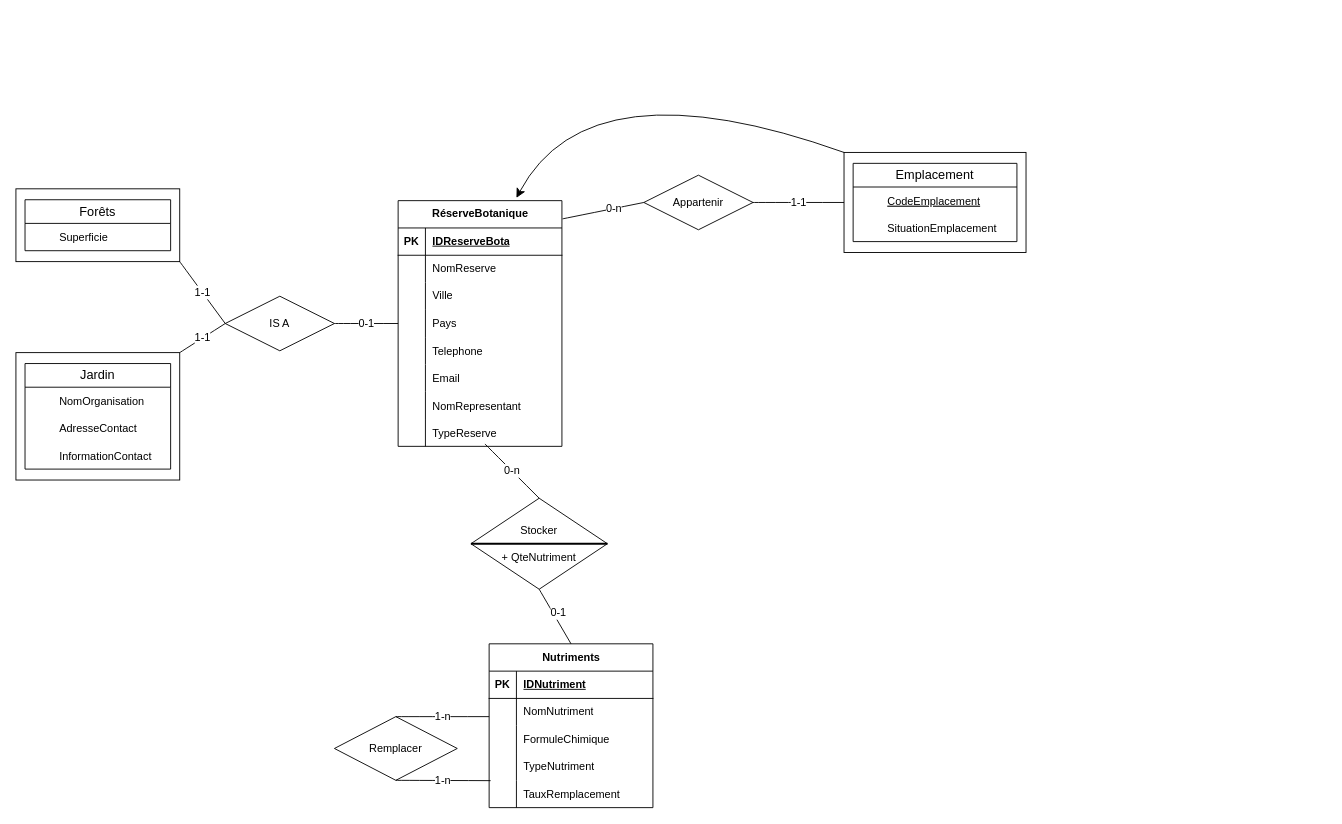
Earlier version of the draw.io diagram SAE3/test.drawio (korasrar/Work). Source tidied: cells renumbered, new cells numbered last; positions are measured from the earlier drawing's top-left corner, leaving out a move shared by most shapes. Both pictures are drawn from the tidied source at 91%, with x=0, y=0 at pixel (15, 61).
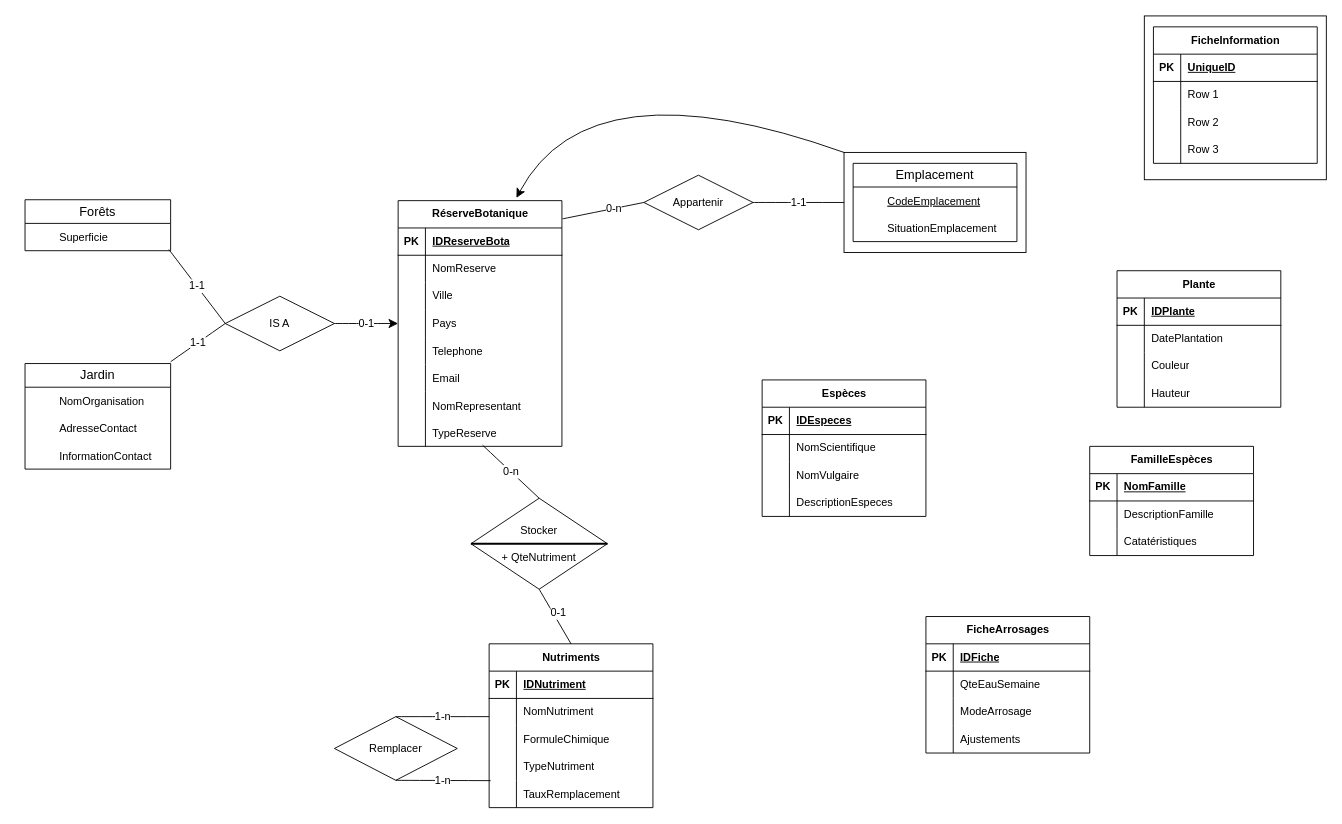
Above is the later version.

Unchanged cells that the change refers to:
```xml
<mxCell id="15" style="shape=tableRow;horizontal=0;startSize=0;swimlaneHead=0;swimlaneBody=0;fillColor=none;points=[[0,0.5],[1,0.5]];portConstraint=eastwest;top=0;left=0;right=0;bottom=0;" parent="5" vertex="1">
  <mxGeometry y="120" width="180" height="30" as="geometry" />
</mxCell>
<mxCell id="27" style="shape=tableRow;horizontal=0;startSize=0;swimlaneHead=0;swimlaneBody=0;fillColor=none;points=[[0,0.5],[1,0.5]];portConstraint=eastwest;top=0;left=0;right=0;bottom=0;" parent="5" vertex="1">
  <mxGeometry y="240" width="180" height="30" as="geometry" />
</mxCell>
<mxCell id="32" style="shape=tableRow;horizontal=0;startSize=0;swimlaneHead=0;swimlaneBody=0;fillColor=none;points=[[0,0.5],[1,0.5]];portConstraint=eastwest;top=0;left=0;right=0;bottom=0;" parent="31" vertex="1">
  <mxGeometry width="160" height="30" as="geometry" />
</mxCell>
<mxCell id="54" value="IS A" style="shape=rhombus;perimeter=rhombusPerimeter;whiteSpace=wrap;html=1;align=center;" parent="1" vertex="1">
  <mxGeometry x="230" y="258" width="120" height="60" as="geometry" />
</mxCell>
<mxCell id="77" value="&lt;div&gt;Stocker&lt;/div&gt;&lt;div&gt;&lt;br&gt;&lt;/div&gt;&lt;div&gt;+ QteNutriment&lt;/div&gt;" style="shape=rhombus;perimeter=rhombusPerimeter;whiteSpace=wrap;html=1;align=center;" parent="1" vertex="1">
  <mxGeometry x="500" y="480" width="150" height="100" as="geometry" />
</mxCell>
```

The edit, as a diff of the source:
```diff
@@
-    <mxCell id="2" style="rounded=0;whiteSpace=wrap;html=1;" parent="1" vertex="1">
-      <mxGeometry y="140" width="180" height="80" as="geometry" />
-    </mxCell>
+    <mxCell id="87" style="rounded=0;whiteSpace=wrap;html=1;" parent="1" vertex="1">
+      <mxGeometry x="1240" y="-50" width="200" height="180" as="geometry" />
+    </mxCell>
@@
-    <mxCell id="4" style="rounded=0;whiteSpace=wrap;html=1;" parent="1" vertex="1">
-      <mxGeometry y="320" width="180" height="140" as="geometry" />
-    </mxCell>
@@
-    <mxCell id="55" value="0-1" style="endArrow=none;html=1;rounded=0;fontSize=12;startSize=8;endSize=8;curved=1;entryX=0;entryY=0.5;entryDx=0;entryDy=0;exitX=1;exitY=0.5;exitDx=0;exitDy=0;" parent="1" edge="1" source="54" target="15">
-      <mxGeometry relative="1" as="geometry" />
-    </mxCell>
-    <mxCell id="56" value="1-1" style="endArrow=none;html=1;rounded=0;fontSize=12;startSize=8;endSize=8;curved=1;exitX=1;exitY=1;exitDx=0;exitDy=0;entryX=0;entryY=0.5;entryDx=0;entryDy=0;" parent="1" edge="1" source="2" target="54">
+    <mxCell id="56" value="1-1" style="endArrow=none;html=1;rounded=0;fontSize=12;startSize=8;endSize=8;curved=1;exitX=0.988;exitY=0.956;exitDx=0;exitDy=0;entryX=0;entryY=0.5;entryDx=0;entryDy=0;exitPerimeter=0;" parent="1" edge="1" source="32" target="54">
       <mxGeometry relative="1" as="geometry" />
     </mxCell>
-    <mxCell id="57" value="1-1" style="endArrow=none;html=1;rounded=0;fontSize=12;startSize=8;endSize=8;curved=1;exitX=1;exitY=0;exitDx=0;exitDy=0;entryX=0;entryY=0.5;entryDx=0;entryDy=0;" parent="1" edge="1" source="4" target="54">
-      <mxGeometry relative="1" as="geometry" />
+    <mxCell id="57" value="1-1" style="endArrow=none;html=1;rounded=0;fontSize=12;startSize=8;endSize=8;curved=1;entryX=0;entryY=0.5;entryDx=0;entryDy=0;" parent="1" edge="1" target="54">
+      <mxGeometry relative="1" as="geometry">
+        <mxPoint x="170" y="330" as="sourcePoint" />
+      </mxGeometry>
     </mxCell>
@@
-    <mxCell id="81" value="0-n" style="endArrow=none;html=1;rounded=0;fontSize=12;startSize=8;endSize=8;curved=1;entryX=0.5;entryY=0;entryDx=0;entryDy=0;exitX=0.53;exitY=0.912;exitDx=0;exitDy=0;exitPerimeter=0;" parent="1" edge="1" source="27" target="77">
+    <mxCell id="81" value="0-n" style="endArrow=none;html=1;rounded=0;fontSize=12;startSize=8;endSize=8;curved=1;entryX=0.5;entryY=0;entryDx=0;entryDy=0;exitX=0.516;exitY=0.958;exitDx=0;exitDy=0;exitPerimeter=0;" parent="1" edge="1" source="27" target="77">
       <mxGeometry relative="1" as="geometry" />
     </mxCell>
@@
+    <mxCell id="55" value="0-1" style="endArrow=classic;html=1;rounded=0;fontSize=12;startSize=8;endSize=8;curved=1;entryX=0;entryY=0.5;entryDx=0;entryDy=0;exitX=1;exitY=0.5;exitDx=0;exitDy=0;" parent="1" edge="1" source="54" target="15">
+      <mxGeometry relative="1" as="geometry" />
+    </mxCell>
+    <mxCell id="88" value="Espèces" style="shape=table;startSize=30;childLayout=tableLayout;rowLines=0;fontStyle=1;align=center;html=1;" parent="1" vertex="1">
+      <mxGeometry x="820" y="350" width="180" height="150" as="geometry" />
+    </mxCell>
+    <mxCell id="89" style="shape=tableRow;horizontal=0;startSize=0;swimlaneHead=0;swimlaneBody=0;fillColor=none;top=0;left=0;right=0;bottom=1;" parent="88" vertex="1">
+      <mxGeometry y="30" width="180" height="30" as="geometry" />
+    </mxCell>
+    <mxCell id="90" value="PK" style="shape=partialRectangle;fillColor=none;top=0;left=0;bottom=0;right=0;fontStyle=1;overflow=hidden;whiteSpace=wrap;html=1;" parent="89" vertex="1">
+      <mxGeometry width="30" height="30" as="geometry" />
+    </mxCell>
+    <mxCell id="91" value="IDEspeces" style="shape=partialRectangle;fillColor=none;top=0;left=0;bottom=0;right=0;align=left;spacingLeft=6;fontStyle=5;overflow=hidden;whiteSpace=wrap;html=1;" parent="89" vertex="1">
+      <mxGeometry x="30" width="150" height="30" as="geometry" />
+    </mxCell>
+    <mxCell id="92" style="shape=tableRow;horizontal=0;startSize=0;swimlaneHead=0;swimlaneBody=0;fillColor=none;top=0;left=0;right=0;bottom=0;" parent="88" vertex="1">
+      <mxGeometry y="60" width="180" height="30" as="geometry" />
+    </mxCell>
+    <mxCell id="93" style="shape=partialRectangle;fillColor=none;top=0;left=0;bottom=0;right=0;overflow=hidden;whiteSpace=wrap;html=1;" parent="92" vertex="1">
+      <mxGeometry width="30" height="30" as="geometry" />
+    </mxCell>
+    <mxCell id="94" value="NomScientifique" style="shape=partialRectangle;fillColor=none;top=0;left=0;bottom=0;right=0;align=left;spacingLeft=6;overflow=hidden;whiteSpace=wrap;html=1;" parent="92" vertex="1">
+      <mxGeometry x="30" width="150" height="30" as="geometry" />
+    </mxCell>
+    <mxCell id="95" style="shape=tableRow;horizontal=0;startSize=0;swimlaneHead=0;swimlaneBody=0;fillColor=none;top=0;left=0;right=0;bottom=0;" parent="88" vertex="1">
+      <mxGeometry y="90" width="180" height="30" as="geometry" />
+    </mxCell>
+    <mxCell id="96" style="shape=partialRectangle;fillColor=none;top=0;left=0;bottom=0;right=0;overflow=hidden;whiteSpace=wrap;html=1;" parent="95" vertex="1">
+      <mxGeometry width="30" height="30" as="geometry" />
+    </mxCell>
+    <mxCell id="97" value="NomVulgaire" style="shape=partialRectangle;fillColor=none;top=0;left=0;bottom=0;right=0;align=left;spacingLeft=6;overflow=hidden;whiteSpace=wrap;html=1;" parent="95" vertex="1">
+      <mxGeometry x="30" width="150" height="30" as="geometry" />
+    </mxCell>
+    <mxCell id="98" style="shape=tableRow;horizontal=0;startSize=0;swimlaneHead=0;swimlaneBody=0;fillColor=none;top=0;left=0;right=0;bottom=0;" parent="88" vertex="1">
+      <mxGeometry y="120" width="180" height="30" as="geometry" />
+    </mxCell>
+    <mxCell id="99" style="shape=partialRectangle;fillColor=none;top=0;left=0;bottom=0;right=0;overflow=hidden;whiteSpace=wrap;html=1;" parent="98" vertex="1">
+      <mxGeometry width="30" height="30" as="geometry" />
+    </mxCell>
+    <mxCell id="100" value="DescriptionEspeces" style="shape=partialRectangle;fillColor=none;top=0;left=0;bottom=0;right=0;align=left;spacingLeft=6;overflow=hidden;whiteSpace=wrap;html=1;" parent="98" vertex="1">
+      <mxGeometry x="30" width="150" height="30" as="geometry" />
+    </mxCell>
+    <mxCell id="101" value="FicheArrosages" style="shape=table;startSize=30;childLayout=tableLayout;rowLines=0;fontStyle=1;align=center;html=1;" parent="1" vertex="1">
+      <mxGeometry x="1000" y="610" width="180" height="150" as="geometry" />
+    </mxCell>
+    <mxCell id="102" style="shape=tableRow;horizontal=0;startSize=0;swimlaneHead=0;swimlaneBody=0;fillColor=none;top=0;left=0;right=0;bottom=1;" parent="101" vertex="1">
+      <mxGeometry y="30" width="180" height="30" as="geometry" />
+    </mxCell>
+    <mxCell id="103" value="PK" style="shape=partialRectangle;fillColor=none;top=0;left=0;bottom=0;right=0;fontStyle=1;overflow=hidden;whiteSpace=wrap;html=1;" parent="102" vertex="1">
+      <mxGeometry width="30" height="30" as="geometry" />
+    </mxCell>
+    <mxCell id="104" value="IDFiche" style="shape=partialRectangle;fillColor=none;top=0;left=0;bottom=0;right=0;align=left;spacingLeft=6;fontStyle=5;overflow=hidden;whiteSpace=wrap;html=1;" parent="102" vertex="1">
+      <mxGeometry x="30" width="150" height="30" as="geometry" />
+    </mxCell>
+    <mxCell id="105" style="shape=tableRow;horizontal=0;startSize=0;swimlaneHead=0;swimlaneBody=0;fillColor=none;top=0;left=0;right=0;bottom=0;" parent="101" vertex="1">
+      <mxGeometry y="60" width="180" height="30" as="geometry" />
+    </mxCell>
+    <mxCell id="106" style="shape=partialRectangle;fillColor=none;top=0;left=0;bottom=0;right=0;overflow=hidden;whiteSpace=wrap;html=1;" parent="105" vertex="1">
+      <mxGeometry width="30" height="30" as="geometry" />
+    </mxCell>
+    <mxCell id="107" value="QteEauSemaine" style="shape=partialRectangle;fillColor=none;top=0;left=0;bottom=0;right=0;align=left;spacingLeft=6;overflow=hidden;whiteSpace=wrap;html=1;" parent="105" vertex="1">
+      <mxGeometry x="30" width="150" height="30" as="geometry" />
+    </mxCell>
+    <mxCell id="108" style="shape=tableRow;horizontal=0;startSize=0;swimlaneHead=0;swimlaneBody=0;fillColor=none;top=0;left=0;right=0;bottom=0;" parent="101" vertex="1">
+      <mxGeometry y="90" width="180" height="30" as="geometry" />
+    </mxCell>
+    <mxCell id="109" style="shape=partialRectangle;fillColor=none;top=0;left=0;bottom=0;right=0;overflow=hidden;whiteSpace=wrap;html=1;" parent="108" vertex="1">
+      <mxGeometry width="30" height="30" as="geometry" />
+    </mxCell>
+    <mxCell id="110" value="ModeArrosage" style="shape=partialRectangle;fillColor=none;top=0;left=0;bottom=0;right=0;align=left;spacingLeft=6;overflow=hidden;whiteSpace=wrap;html=1;" parent="108" vertex="1">
+      <mxGeometry x="30" width="150" height="30" as="geometry" />
+    </mxCell>
+    <mxCell id="111" style="shape=tableRow;horizontal=0;startSize=0;swimlaneHead=0;swimlaneBody=0;fillColor=none;top=0;left=0;right=0;bottom=0;" parent="101" vertex="1">
+      <mxGeometry y="120" width="180" height="30" as="geometry" />
+    </mxCell>
+    <mxCell id="112" style="shape=partialRectangle;fillColor=none;top=0;left=0;bottom=0;right=0;overflow=hidden;whiteSpace=wrap;html=1;" parent="111" vertex="1">
+      <mxGeometry width="30" height="30" as="geometry" />
+    </mxCell>
+    <mxCell id="113" value="Ajustements" style="shape=partialRectangle;fillColor=none;top=0;left=0;bottom=0;right=0;align=left;spacingLeft=6;overflow=hidden;whiteSpace=wrap;html=1;" parent="111" vertex="1">
+      <mxGeometry x="30" width="150" height="30" as="geometry" />
+    </mxCell>
+    <mxCell id="114" value="FamilleEspèces" style="shape=table;startSize=30;childLayout=tableLayout;rowLines=0;fontStyle=1;align=center;html=1;" parent="1" vertex="1">
+      <mxGeometry x="1180" y="423" width="180" height="120" as="geometry" />
+    </mxCell>
+    <mxCell id="115" style="shape=tableRow;horizontal=0;startSize=0;swimlaneHead=0;swimlaneBody=0;fillColor=none;top=0;left=0;right=0;bottom=1;" parent="114" vertex="1">
+      <mxGeometry y="30" width="180" height="30" as="geometry" />
+    </mxCell>
+    <mxCell id="116" value="PK" style="shape=partialRectangle;fillColor=none;top=0;left=0;bottom=0;right=0;fontStyle=1;overflow=hidden;whiteSpace=wrap;html=1;" parent="115" vertex="1">
+      <mxGeometry width="30" height="30" as="geometry" />
+    </mxCell>
+    <mxCell id="117" value="NomFamille" style="shape=partialRectangle;fillColor=none;top=0;left=0;bottom=0;right=0;align=left;spacingLeft=6;fontStyle=5;overflow=hidden;whiteSpace=wrap;html=1;" parent="115" vertex="1">
+      <mxGeometry x="30" width="150" height="30" as="geometry" />
+    </mxCell>
+    <mxCell id="118" style="shape=tableRow;horizontal=0;startSize=0;swimlaneHead=0;swimlaneBody=0;fillColor=none;top=0;left=0;right=0;bottom=0;" parent="114" vertex="1">
+      <mxGeometry y="60" width="180" height="30" as="geometry" />
+    </mxCell>
+    <mxCell id="119" style="shape=partialRectangle;fillColor=none;top=0;left=0;bottom=0;right=0;overflow=hidden;whiteSpace=wrap;html=1;" parent="118" vertex="1">
+      <mxGeometry width="30" height="30" as="geometry" />
+    </mxCell>
+    <mxCell id="120" value="DescriptionFamille" style="shape=partialRectangle;fillColor=none;top=0;left=0;bottom=0;right=0;align=left;spacingLeft=6;overflow=hidden;whiteSpace=wrap;html=1;" parent="118" vertex="1">
+      <mxGeometry x="30" width="150" height="30" as="geometry" />
+    </mxCell>
+    <mxCell id="121" style="shape=tableRow;horizontal=0;startSize=0;swimlaneHead=0;swimlaneBody=0;fillColor=none;top=0;left=0;right=0;bottom=0;" parent="114" vertex="1">
+      <mxGeometry y="90" width="180" height="30" as="geometry" />
+    </mxCell>
+    <mxCell id="122" style="shape=partialRectangle;fillColor=none;top=0;left=0;bottom=0;right=0;overflow=hidden;whiteSpace=wrap;html=1;" parent="121" vertex="1">
+      <mxGeometry width="30" height="30" as="geometry" />
+    </mxCell>
+    <mxCell id="123" value="Catatéristiques" style="shape=partialRectangle;fillColor=none;top=0;left=0;bottom=0;right=0;align=left;spacingLeft=6;overflow=hidden;whiteSpace=wrap;html=1;" parent="121" vertex="1">
+      <mxGeometry x="30" width="150" height="30" as="geometry" />
+    </mxCell>
+    <mxCell id="124" value="Plante" style="shape=table;startSize=30;childLayout=tableLayout;rowLines=0;fontStyle=1;align=center;html=1;" parent="1" vertex="1">
+      <mxGeometry x="1210" y="230" width="180" height="150" as="geometry" />
+    </mxCell>
+    <mxCell id="125" style="shape=tableRow;horizontal=0;startSize=0;swimlaneHead=0;swimlaneBody=0;fillColor=none;top=0;left=0;right=0;bottom=1;" parent="124" vertex="1">
+      <mxGeometry y="30" width="180" height="30" as="geometry" />
+    </mxCell>
+    <mxCell id="126" value="PK" style="shape=partialRectangle;fillColor=none;top=0;left=0;bottom=0;right=0;fontStyle=1;overflow=hidden;whiteSpace=wrap;html=1;" parent="125" vertex="1">
+      <mxGeometry width="30" height="30" as="geometry" />
+    </mxCell>
+    <mxCell id="127" value="IDPlante" style="shape=partialRectangle;fillColor=none;top=0;left=0;bottom=0;right=0;align=left;spacingLeft=6;fontStyle=5;overflow=hidden;whiteSpace=wrap;html=1;" parent="125" vertex="1">
+      <mxGeometry x="30" width="150" height="30" as="geometry" />
+    </mxCell>
+    <mxCell id="128" style="shape=tableRow;horizontal=0;startSize=0;swimlaneHead=0;swimlaneBody=0;fillColor=none;top=0;left=0;right=0;bottom=0;" parent="124" vertex="1">
+      <mxGeometry y="60" width="180" height="30" as="geometry" />
+    </mxCell>
+    <mxCell id="129" style="shape=partialRectangle;fillColor=none;top=0;left=0;bottom=0;right=0;overflow=hidden;whiteSpace=wrap;html=1;" parent="128" vertex="1">
+      <mxGeometry width="30" height="30" as="geometry" />
+    </mxCell>
+    <mxCell id="130" value="DatePlantation" style="shape=partialRectangle;fillColor=none;top=0;left=0;bottom=0;right=0;align=left;spacingLeft=6;overflow=hidden;whiteSpace=wrap;html=1;" parent="128" vertex="1">
+      <mxGeometry x="30" width="150" height="30" as="geometry" />
+    </mxCell>
+    <mxCell id="131" style="shape=tableRow;horizontal=0;startSize=0;swimlaneHead=0;swimlaneBody=0;fillColor=none;top=0;left=0;right=0;bottom=0;" parent="124" vertex="1">
+      <mxGeometry y="90" width="180" height="30" as="geometry" />
+    </mxCell>
+    <mxCell id="132" style="shape=partialRectangle;fillColor=none;top=0;left=0;bottom=0;right=0;overflow=hidden;whiteSpace=wrap;html=1;" parent="131" vertex="1">
+      <mxGeometry width="30" height="30" as="geometry" />
+    </mxCell>
+    <mxCell id="133" value="Couleur" style="shape=partialRectangle;fillColor=none;top=0;left=0;bottom=0;right=0;align=left;spacingLeft=6;overflow=hidden;whiteSpace=wrap;html=1;" parent="131" vertex="1">
+      <mxGeometry x="30" width="150" height="30" as="geometry" />
+    </mxCell>
+    <mxCell id="134" style="shape=tableRow;horizontal=0;startSize=0;swimlaneHead=0;swimlaneBody=0;fillColor=none;top=0;left=0;right=0;bottom=0;" parent="124" vertex="1">
+      <mxGeometry y="120" width="180" height="30" as="geometry" />
+    </mxCell>
+    <mxCell id="135" style="shape=partialRectangle;fillColor=none;top=0;left=0;bottom=0;right=0;overflow=hidden;whiteSpace=wrap;html=1;" parent="134" vertex="1">
+      <mxGeometry width="30" height="30" as="geometry" />
+    </mxCell>
+    <mxCell id="136" value="Hauteur" style="shape=partialRectangle;fillColor=none;top=0;left=0;bottom=0;right=0;align=left;spacingLeft=6;overflow=hidden;whiteSpace=wrap;html=1;" parent="134" vertex="1">
+      <mxGeometry x="30" width="150" height="30" as="geometry" />
+    </mxCell>
+    <mxCell id="137" value="FicheInformation" style="shape=table;startSize=30;childLayout=tableLayout;rowLines=0;fontStyle=1;align=center;html=1;" parent="1" vertex="1">
+      <mxGeometry x="1250" y="-38" width="180" height="150" as="geometry" />
+    </mxCell>
+    <mxCell id="138" style="shape=tableRow;horizontal=0;startSize=0;swimlaneHead=0;swimlaneBody=0;fillColor=none;top=0;left=0;right=0;bottom=1;" parent="137" vertex="1">
+      <mxGeometry y="30" width="180" height="30" as="geometry" />
+    </mxCell>
+    <mxCell id="139" value="PK" style="shape=partialRectangle;fillColor=none;top=0;left=0;bottom=0;right=0;fontStyle=1;overflow=hidden;whiteSpace=wrap;html=1;" parent="138" vertex="1">
+      <mxGeometry width="30" height="30" as="geometry" />
+    </mxCell>
+    <mxCell id="140" value="UniqueID" style="shape=partialRectangle;fillColor=none;top=0;left=0;bottom=0;right=0;align=left;spacingLeft=6;fontStyle=5;overflow=hidden;whiteSpace=wrap;html=1;" parent="138" vertex="1">
+      <mxGeometry x="30" width="150" height="30" as="geometry" />
+    </mxCell>
+    <mxCell id="141" style="shape=tableRow;horizontal=0;startSize=0;swimlaneHead=0;swimlaneBody=0;fillColor=none;top=0;left=0;right=0;bottom=0;" parent="137" vertex="1">
+      <mxGeometry y="60" width="180" height="30" as="geometry" />
+    </mxCell>
+    <mxCell id="142" style="shape=partialRectangle;fillColor=none;top=0;left=0;bottom=0;right=0;overflow=hidden;whiteSpace=wrap;html=1;" parent="141" vertex="1">
+      <mxGeometry width="30" height="30" as="geometry" />
+    </mxCell>
+    <mxCell id="143" value="Row 1" style="shape=partialRectangle;fillColor=none;top=0;left=0;bottom=0;right=0;align=left;spacingLeft=6;overflow=hidden;whiteSpace=wrap;html=1;" parent="141" vertex="1">
+      <mxGeometry x="30" width="150" height="30" as="geometry" />
+    </mxCell>
+    <mxCell id="144" style="shape=tableRow;horizontal=0;startSize=0;swimlaneHead=0;swimlaneBody=0;fillColor=none;top=0;left=0;right=0;bottom=0;" parent="137" vertex="1">
+      <mxGeometry y="90" width="180" height="30" as="geometry" />
+    </mxCell>
+    <mxCell id="145" style="shape=partialRectangle;fillColor=none;top=0;left=0;bottom=0;right=0;overflow=hidden;whiteSpace=wrap;html=1;" parent="144" vertex="1">
+      <mxGeometry width="30" height="30" as="geometry" />
+    </mxCell>
+    <mxCell id="146" value="Row 2" style="shape=partialRectangle;fillColor=none;top=0;left=0;bottom=0;right=0;align=left;spacingLeft=6;overflow=hidden;whiteSpace=wrap;html=1;" parent="144" vertex="1">
+      <mxGeometry x="30" width="150" height="30" as="geometry" />
+    </mxCell>
+    <mxCell id="147" style="shape=tableRow;horizontal=0;startSize=0;swimlaneHead=0;swimlaneBody=0;fillColor=none;top=0;left=0;right=0;bottom=0;" parent="137" vertex="1">
+      <mxGeometry y="120" width="180" height="30" as="geometry" />
+    </mxCell>
+    <mxCell id="148" style="shape=partialRectangle;fillColor=none;top=0;left=0;bottom=0;right=0;overflow=hidden;whiteSpace=wrap;html=1;" parent="147" vertex="1">
+      <mxGeometry width="30" height="30" as="geometry" />
+    </mxCell>
+    <mxCell id="149" value="Row 3" style="shape=partialRectangle;fillColor=none;top=0;left=0;bottom=0;right=0;align=left;spacingLeft=6;overflow=hidden;whiteSpace=wrap;html=1;" parent="147" vertex="1">
+      <mxGeometry x="30" width="150" height="30" as="geometry" />
+    </mxCell>
```
